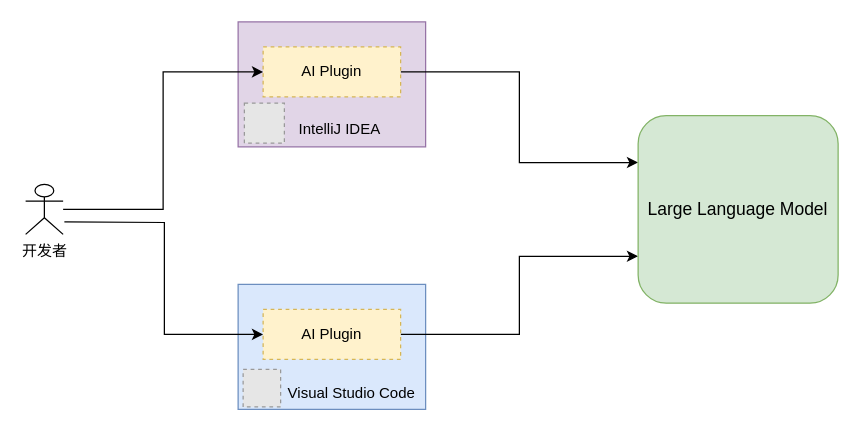
Earlier version of the draw.io diagram 架构方案/AI-部署架构.drawio (chenqf/draw.io). Source tidied: cells renumbered, new cells numbered last; positions are measured from the earlier drawing's top-left corner, leaving out a move shared by most shapes. Both pictures are drawn from the tidied source at 125%, with x=0, y=0 at pixel (25, 21). Pictures stored in the file or linked from it are replaced by grey dashed boxes.
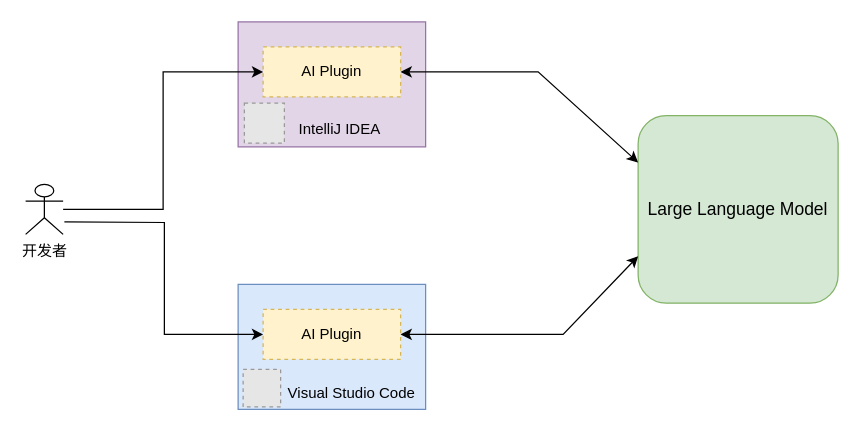
The same page after the edit.

Commit message (it also covers changes not shown here):
更新AI-部署架构.drawio

Diff of the diagram source:
```diff
@@
 <mxGraphModel>
   <root>
     <mxCell id="0" />
     <mxCell id="1" parent="0" />
     <mxCell id="2" value="开发者&lt;div&gt;&lt;br&gt;&lt;/div&gt;" style="shape=umlActor;verticalLabelPosition=bottom;verticalAlign=top;html=1;outlineConnect=0;" parent="1" vertex="1">
       <mxGeometry y="130" width="30" height="40" as="geometry" />
     </mxCell>
     <mxCell id="3" value="&lt;p class=&quot;MsoNormal&quot; style=&quot;font-size: 12px;&quot;&gt;&lt;span style=&quot;font-family: 宋体; font-size: 12px;&quot;&gt;IntelliJ IDEA&lt;/span&gt;&lt;/p&gt;" style="rounded=0;whiteSpace=wrap;html=1;verticalAlign=bottom;fontSize=12;horizontal=1;align=center;labelPosition=center;verticalLabelPosition=middle;spacing=0;fillColor=#e1d5e7;strokeColor=#9673a6;spacingBottom=-5;spacingRight=-13;" parent="1" vertex="1">
       <mxGeometry x="170" width="150" height="100" as="geometry" />
     </mxCell>
     <mxCell id="4" value="&lt;p style=&quot;font-size: 12px;&quot; class=&quot;MsoNormal&quot;&gt;&lt;span style=&quot;font-family: 宋体; font-size: 12px;&quot;&gt;Visual Studio Code&lt;/span&gt;&lt;/p&gt;" style="rounded=0;whiteSpace=wrap;html=1;fontSize=12;verticalAlign=bottom;spacing=0;fillColor=#dae8fc;strokeColor=#6c8ebf;spacingBottom=-6;spacingRight=-32;" parent="1" vertex="1">
       <mxGeometry x="170" y="210" width="150" height="100" as="geometry" />
     </mxCell>
     <mxCell id="5" style="edgeStyle=orthogonalEdgeStyle;rounded=0;jettySize=auto;html=1;entryX=0;entryY=0.5;entryDx=0;entryDy=0;" parent="1" edge="1" target="9">
       <mxGeometry relative="1" as="geometry">
         <mxPoint x="31" y="160" as="sourcePoint" />
       </mxGeometry>
     </mxCell>
-    <mxCell id="6" style="edgeStyle=orthogonalEdgeStyle;rounded=0;jettySize=auto;html=1;exitX=1;exitY=0.5;exitDx=0;exitDy=0;entryX=0;entryY=0.25;entryDx=0;entryDy=0;" parent="1" edge="1" source="7" target="11">
-      <mxGeometry relative="1" as="geometry" />
-    </mxCell>
     <mxCell id="7" value="AI&amp;nbsp;&lt;span style=&quot;font-family: 宋体; font-size: 12px; background-color: initial;&quot;&gt;Plugin&lt;/span&gt;" style="rounded=0;whiteSpace=wrap;html=1;fontSize=12;dashed=1;fillColor=#fff2cc;strokeColor=#d6b656;" parent="1" vertex="1">
       <mxGeometry x="190" y="20" width="110" height="40" as="geometry" />
     </mxCell>
-    <mxCell id="8" style="edgeStyle=orthogonalEdgeStyle;rounded=0;jettySize=auto;html=1;exitX=1;exitY=0.5;exitDx=0;exitDy=0;entryX=0;entryY=0.75;entryDx=0;entryDy=0;" parent="1" edge="1" source="9" target="11">
-      <mxGeometry relative="1" as="geometry" />
-    </mxCell>
     <mxCell id="9" value="AI&amp;nbsp;&lt;span style=&quot;font-family: 宋体; font-size: 12px; background-color: initial;&quot;&gt;Plugin&lt;/span&gt;" style="rounded=0;whiteSpace=wrap;html=1;fontSize=12;dashed=1;fillColor=#fff2cc;strokeColor=#d6b656;" parent="1" vertex="1">
       <mxGeometry x="190" y="230" width="110" height="40" as="geometry" />
     </mxCell>
     <mxCell id="10" style="edgeStyle=orthogonalEdgeStyle;rounded=0;jettySize=auto;html=1;entryX=0;entryY=0.5;entryDx=0;entryDy=0;" parent="1" edge="1" source="2" target="7">
       <mxGeometry relative="1" as="geometry" />
     </mxCell>
     <mxCell id="11" value="&lt;p style=&quot;font-size: 14px;&quot; class=&quot;MsoNormal&quot;&gt;&lt;span style=&quot;font-family: 宋体; font-size: 14px;&quot;&gt;Large Language Model&lt;/span&gt;&lt;/p&gt;" style="rounded=1;whiteSpace=wrap;html=1;fontSize=14;fillColor=#d5e8d4;strokeColor=#82b366;" parent="1" vertex="1">
       <mxGeometry x="490" y="75" width="160" height="150" as="geometry" />
     </mxCell>
     <mxCell id="12" style="fillColor=#E6E6E6;strokeColor=#999999;dashed=1;verticalLabelPosition=bottom;labelBackgroundColor=default;verticalAlign=top;" parent="1" vertex="1">
       <mxGeometry x="175" y="65" width="32" height="32" as="geometry" />
     </mxCell>
     <mxCell id="13" style="fillColor=#E6E6E6;strokeColor=#999999;dashed=1;verticalLabelPosition=bottom;labelBackgroundColor=default;verticalAlign=top;" parent="1" vertex="1">
       <mxGeometry x="174" y="278" width="30" height="30" as="geometry" />
     </mxCell>
+    <mxCell id="14" style="endArrow=classic;startArrow=classic;html=1;rounded=0;entryX=1;entryY=0.5;entryDx=0;entryDy=0;exitX=0;exitY=0.25;exitDx=0;exitDy=0;" parent="1" edge="1" source="11" target="7">
+      <mxGeometry relative="1" as="geometry">
+        <Array as="points">
+          <mxPoint x="410" y="40" />
+        </Array>
+      </mxGeometry>
+    </mxCell>
+    <mxCell id="15" style="endArrow=classic;startArrow=classic;html=1;rounded=0;entryX=1;entryY=0.5;entryDx=0;entryDy=0;exitX=0;exitY=0.75;exitDx=0;exitDy=0;" parent="1" edge="1" source="11" target="9">
+      <mxGeometry relative="1" as="geometry">
+        <Array as="points">
+          <mxPoint x="430" y="250" />
+        </Array>
+      </mxGeometry>
+    </mxCell>
   </root>
 </mxGraphModel>
```
